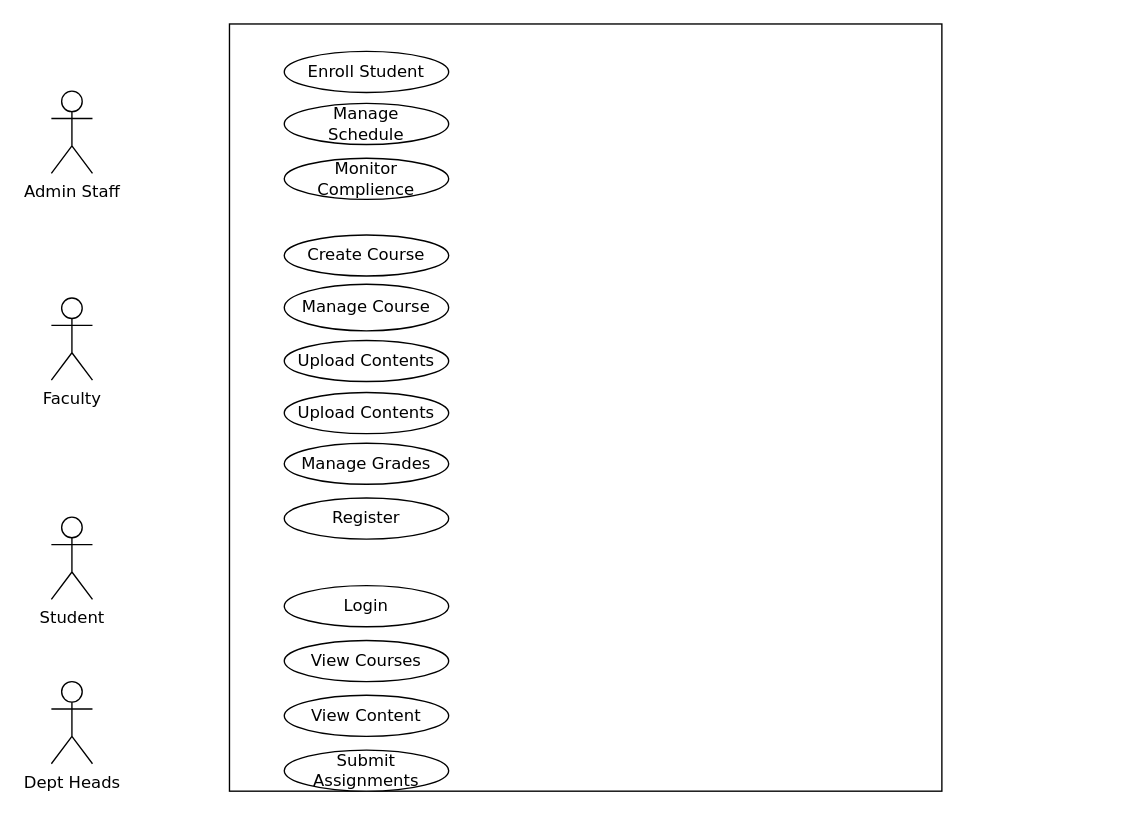
The draw.io diagram 02 - LMS-SysCollege/02 - Diagrams/Use Case Diagram.drawio in ZohaibWaqarMalik/Technical-Business-Analyst-Projects, before the edit. Source tidied: cells renumbered, new cells numbered last; positions are measured from the earlier drawing's top-left corner, leaving out a move shared by most shapes. Both pictures are drawn from the tidied source at 137%, with x=0, y=0 at pixel (51, 23).
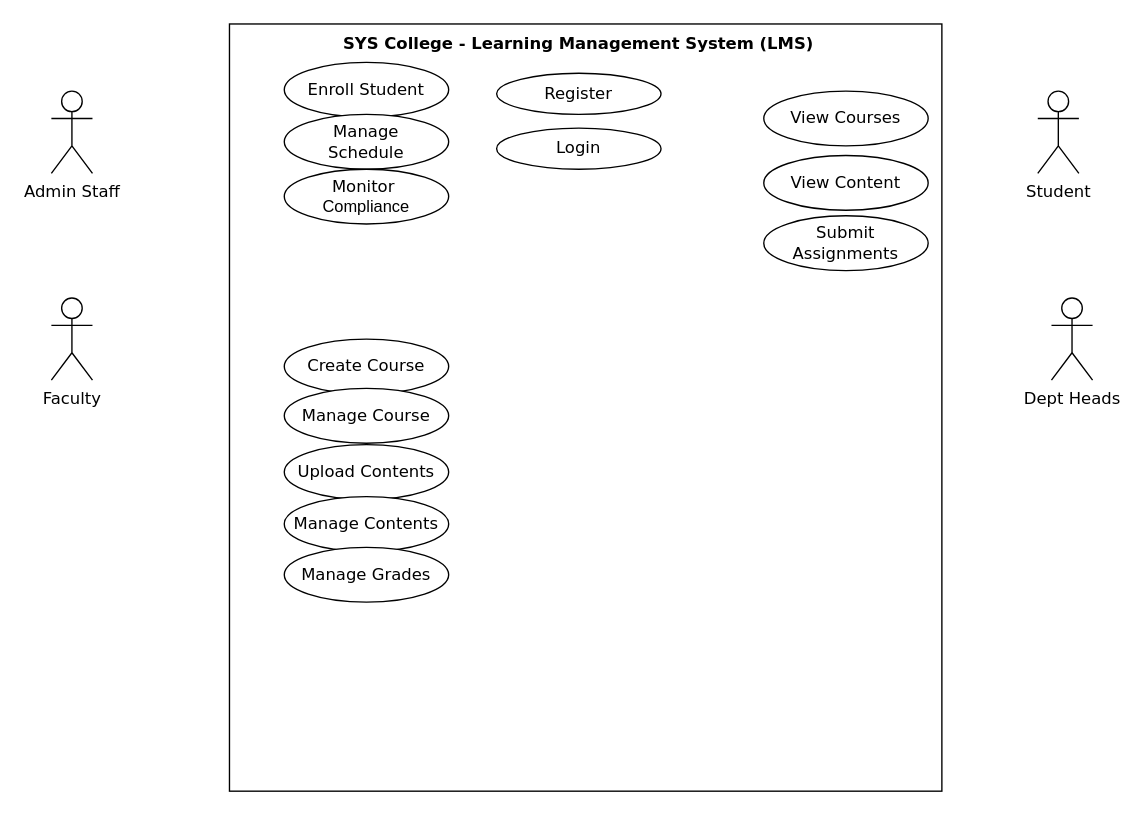
After the change.

Commit message (it also covers changes not shown here):
Update Use Case Diagram

Add Register and Login Use Case for all actors

Change to the diagram source:
```diff
@@
     <mxCell id="5" value="&lt;font face=&quot;Verdana&quot;&gt;Student&lt;/font&gt;" style="shape=umlActor;verticalLabelPosition=bottom;verticalAlign=top;html=1;" parent="1" vertex="1">
-      <mxGeometry y="360" width="30" height="60" as="geometry" />
+      <mxGeometry x="720" y="49" width="30" height="60" as="geometry" />
     </mxCell>
     <mxCell id="6" value="&lt;font face=&quot;Verdana&quot;&gt;Dept Heads&lt;/font&gt;" style="shape=umlActor;verticalLabelPosition=bottom;verticalAlign=top;html=1;" parent="1" vertex="1">
-      <mxGeometry y="480" width="30" height="60" as="geometry" />
+      <mxGeometry x="730" y="200" width="30" height="60" as="geometry" />
     </mxCell>
     <mxCell id="7" value="&lt;font face=&quot;Verdana&quot;&gt;Enroll Student&lt;/font&gt;" style="ellipse;whiteSpace=wrap;html=1;" parent="1" vertex="1">
-      <mxGeometry x="170" y="20" width="120" height="30" as="geometry" />
+      <mxGeometry x="170" y="28" width="120" height="40" as="geometry" />
     </mxCell>
     <mxCell id="8" value="&lt;font face=&quot;Verdana&quot;&gt;Manage&lt;/font&gt;&lt;div&gt;&lt;font face=&quot;Verdana&quot;&gt;Schedule&lt;/font&gt;&lt;/div&gt;" style="ellipse;whiteSpace=wrap;html=1;" parent="1" vertex="1">
-      <mxGeometry x="170" y="58" width="120" height="30" as="geometry" />
+      <mxGeometry x="170" y="66" width="120" height="40" as="geometry" />
     </mxCell>
-    <mxCell id="9" value="&lt;font face=&quot;Verdana&quot;&gt;Monitor Complience&lt;/font&gt;" style="ellipse;whiteSpace=wrap;html=1;" parent="1" vertex="1">
-      <mxGeometry x="170" y="98" width="120" height="30" as="geometry" />
+    <mxCell id="9" value="&lt;font face=&quot;Verdana&quot;&gt;Monitor&amp;nbsp;&lt;/font&gt;&lt;div&gt;&lt;span style=&quot;background-color: transparent; color: light-dark(rgb(0, 0, 0), rgb(255, 255, 255));&quot;&gt;Compliance&lt;/span&gt;&lt;/div&gt;" style="ellipse;whiteSpace=wrap;html=1;" parent="1" vertex="1">
+      <mxGeometry x="170" y="106" width="120" height="40" as="geometry" />
     </mxCell>
     <mxCell id="10" value="&lt;font face=&quot;Verdana&quot;&gt;Create Course&lt;/font&gt;" style="ellipse;whiteSpace=wrap;html=1;" parent="1" vertex="1">
-      <mxGeometry x="170" y="154" width="120" height="30" as="geometry" />
+      <mxGeometry x="170" y="230" width="120" height="40" as="geometry" />
     </mxCell>
     <mxCell id="11" value="&lt;font face=&quot;Verdana&quot;&gt;Manage Course&lt;/font&gt;" style="ellipse;whiteSpace=wrap;html=1;" parent="1" vertex="1">
-      <mxGeometry x="170" y="190" width="120" height="34" as="geometry" />
+      <mxGeometry x="170" y="266" width="120" height="40" as="geometry" />
     </mxCell>
     <mxCell id="12" value="&lt;font face=&quot;Verdana&quot;&gt;Upload Contents&lt;/font&gt;" style="ellipse;whiteSpace=wrap;html=1;" parent="1" vertex="1">
-      <mxGeometry x="170" y="231" width="120" height="30" as="geometry" />
+      <mxGeometry x="170" y="307" width="120" height="40" as="geometry" />
     </mxCell>
-    <mxCell id="13" value="&lt;font face=&quot;Verdana&quot;&gt;Upload Contents&lt;/font&gt;" style="ellipse;whiteSpace=wrap;html=1;" parent="1" vertex="1">
-      <mxGeometry x="170" y="269" width="120" height="30" as="geometry" />
+    <mxCell id="13" value="&lt;font face=&quot;Verdana&quot;&gt;Manage Contents&lt;/font&gt;" style="ellipse;whiteSpace=wrap;html=1;" parent="1" vertex="1">
+      <mxGeometry x="170" y="345" width="120" height="40" as="geometry" />
     </mxCell>
     <mxCell id="14" value="&lt;font face=&quot;Verdana&quot;&gt;Manage Grades&lt;/font&gt;" style="ellipse;whiteSpace=wrap;html=1;" parent="1" vertex="1">
-      <mxGeometry x="170" y="306" width="120" height="30" as="geometry" />
+      <mxGeometry x="170" y="382" width="120" height="40" as="geometry" />
     </mxCell>
     <mxCell id="15" value="&lt;font face=&quot;Verdana&quot;&gt;Register&lt;/font&gt;" style="ellipse;whiteSpace=wrap;html=1;" parent="1" vertex="1">
-      <mxGeometry x="170" y="346" width="120" height="30" as="geometry" />
+      <mxGeometry x="325" y="36" width="120" height="30" as="geometry" />
     </mxCell>
     <mxCell id="16" value="&lt;font face=&quot;Verdana&quot;&gt;Login&lt;/font&gt;" style="ellipse;whiteSpace=wrap;html=1;" parent="1" vertex="1">
-      <mxGeometry x="170" y="410" width="120" height="30" as="geometry" />
+      <mxGeometry x="325" y="76" width="120" height="30" as="geometry" />
     </mxCell>
     <mxCell id="17" value="&lt;font face=&quot;Verdana&quot;&gt;View Courses&lt;/font&gt;" style="ellipse;whiteSpace=wrap;html=1;" parent="1" vertex="1">
-      <mxGeometry x="170" y="450" width="120" height="30" as="geometry" />
+      <mxGeometry x="520" y="49" width="120" height="40" as="geometry" />
     </mxCell>
     <mxCell id="18" value="&lt;font face=&quot;Verdana&quot;&gt;View Content&lt;/font&gt;" style="ellipse;whiteSpace=wrap;html=1;" parent="1" vertex="1">
-      <mxGeometry x="170" y="490" width="120" height="30" as="geometry" />
+      <mxGeometry x="520" y="96" width="120" height="40" as="geometry" />
     </mxCell>
     <mxCell id="19" value="&lt;font face=&quot;Verdana&quot;&gt;Submit Assignments&lt;/font&gt;" style="ellipse;whiteSpace=wrap;html=1;" parent="1" vertex="1">
-      <mxGeometry x="170" y="530" width="120" height="30" as="geometry" />
+      <mxGeometry x="520" y="140" width="120" height="40" as="geometry" />
     </mxCell>
+    <mxCell id="20" value="&lt;font face=&quot;Verdana&quot;&gt;&lt;b&gt;SYS College - Learning Management System (LMS)&lt;/b&gt;&lt;/font&gt;" style="text;html=1;align=center;verticalAlign=middle;whiteSpace=wrap;rounded=0;" parent="1" vertex="1">
+      <mxGeometry x="130" width="510" height="30" as="geometry" />
+    </mxCell>
```
